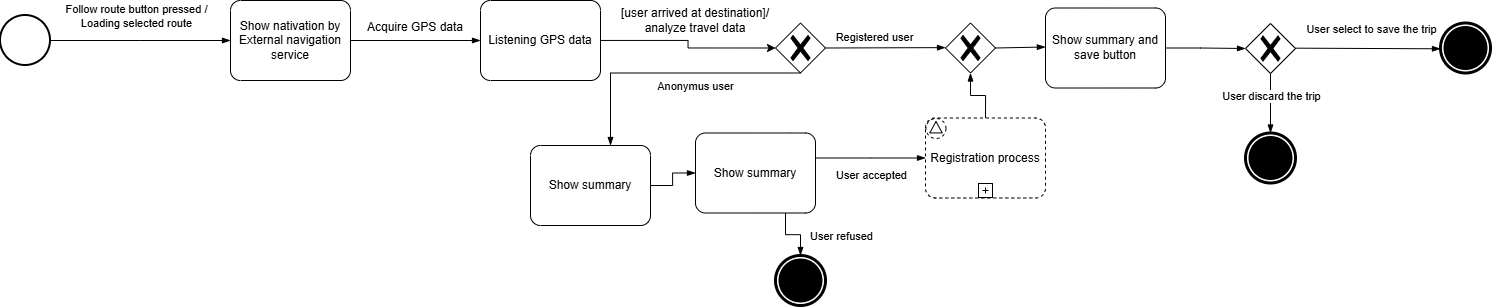
Before: RASD/LaTeXCode/images/StateDiagrams/Navigation.drawio.png, a diagram exported from draw.io (jacopobellosi/Bellosi-Montanelli-Tempobono). Source tidied: cells renumbered, new cells last; positions are measured from the earlier drawing's top-left corner, leaving out a move shared by most shapes.
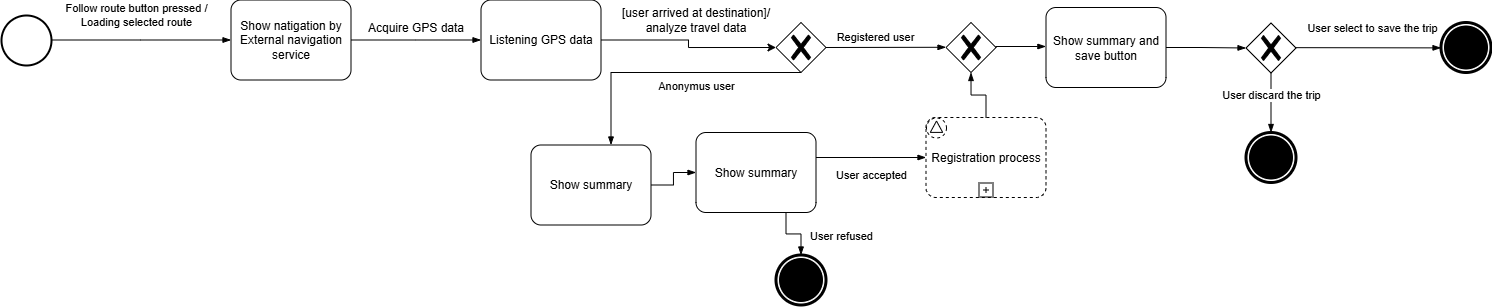
Above is the later version.

The edit, as a diff of the source:
```diff
@@ -13,7 +13,7 @@
         <mxPoint x="38" y="-32" as="offset" />
       </mxGeometry>
     </mxCell>
-    <mxCell id="5" value="Show nativation by External navigation service" style="points=[[0.25,0,0],[0.5,0,0],[0.75,0,0],[1,0.25,0],[1,0.5,0],[1,0.75,0],[0.75,1,0],[0.5,1,0],[0.25,1,0],[0,0.75,0],[0,0.5,0],[0,0.25,0]];shape=mxgraph.bpmn.task2;whiteSpace=wrap;rectStyle=rounded;size=10;html=1;taskMarker=abstract;" parent="1" vertex="1">
+    <mxCell id="5" value="Show natigation by External navigation service" style="points=[[0.25,0,0],[0.5,0,0],[0.75,0,0],[1,0.25,0],[1,0.5,0],[1,0.75,0],[0.75,1,0],[0.5,1,0],[0.25,1,0],[0,0.75,0],[0,0.5,0],[0,0.25,0]];shape=mxgraph.bpmn.task2;whiteSpace=wrap;rectStyle=rounded;size=10;html=1;taskMarker=abstract;" parent="1" vertex="1">
       <mxGeometry x="230" width="120" height="80" as="geometry" />
     </mxCell>
     <mxCell id="6" value="Listening GPS data" style="points=[[0.25,0,0],[0.5,0,0],[0.75,0,0],[1,0.25,0],[1,0.5,0],[1,0.75,0],[0.75,1,0],[0.5,1,0],[0.25,1,0],[0,0.75,0],[0,0.5,0],[0,0.25,0]];shape=mxgraph.bpmn.task2;whiteSpace=wrap;rectStyle=rounded;size=10;html=1;taskMarker=abstract;" parent="1" vertex="1">
```
